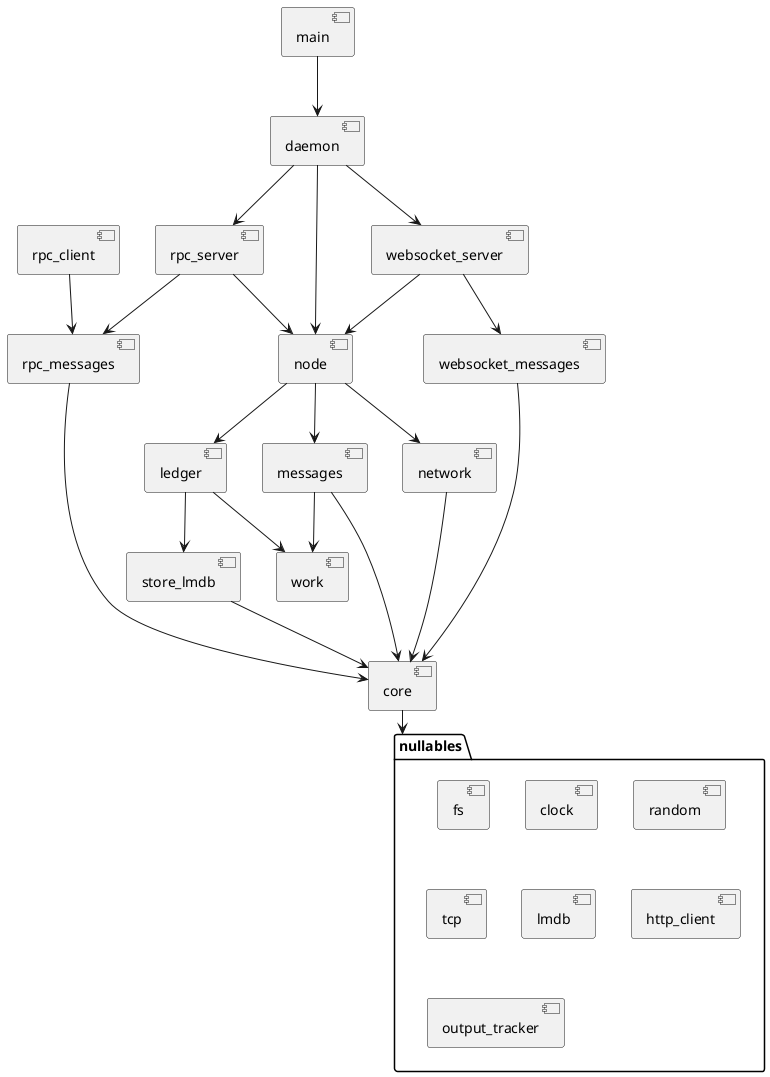
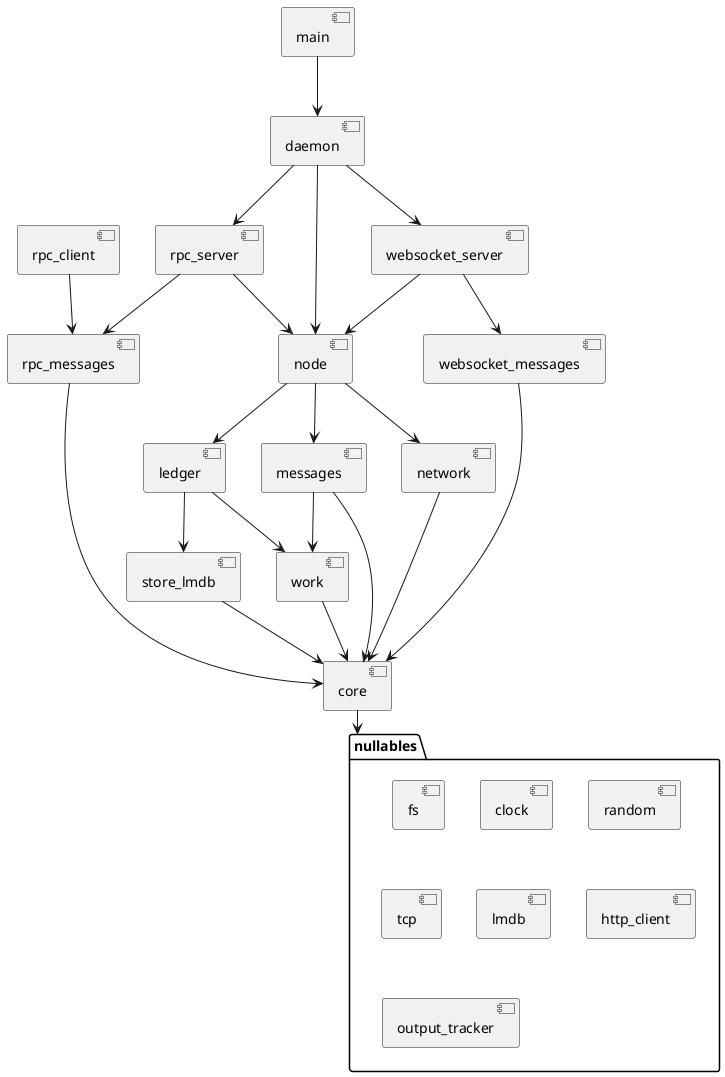
@startuml "Split crates"

[core]
[work]
[ledger]
[store_lmdb]
[messages]
[network]
[daemon]
[node]
[main]
[rpc_messages]
[rpc_server]
[rpc_client]
[websocket_messages]
[websocket_server]

folder "nullables"{
[fs]
[clock]
[random]
[tcp]
[lmdb]
[http_client]
[output_tracker]
}

[main] --> [daemon]
[daemon] --> [node]
[daemon] --> [rpc_server]
[daemon] --> [websocket_server]
[rpc_server] --> [node]
[rpc_server] --> [rpc_messages]
[rpc_client] --> [rpc_messages]
[rpc_messages] --> [core]
[node] --> [ledger]
[node] --> [messages]
[node] --> [network]
[websocket_server] --> [websocket_messages]
[websocket_server] --> [node]
[websocket_messages] --> [core]
[messages] --> [core]
[messages] --> [work]
[network] --> [core]
[ledger] --> [store_lmdb]
[ledger] --> [work]
[store_lmdb] --> [core]
+ [work] --> [core]
[core] --> "nullables"

@enduml
